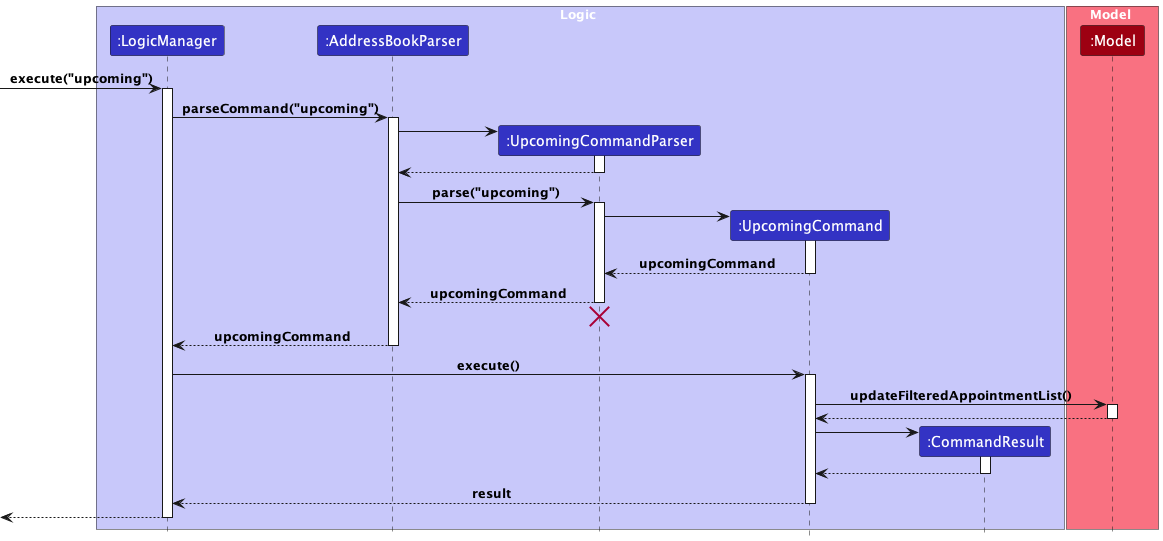
Earlier version of the PlantUML export docs/images/UpcomingCommandSequenceDiagram.png (nus-cs2103-AY2324S1/tp).
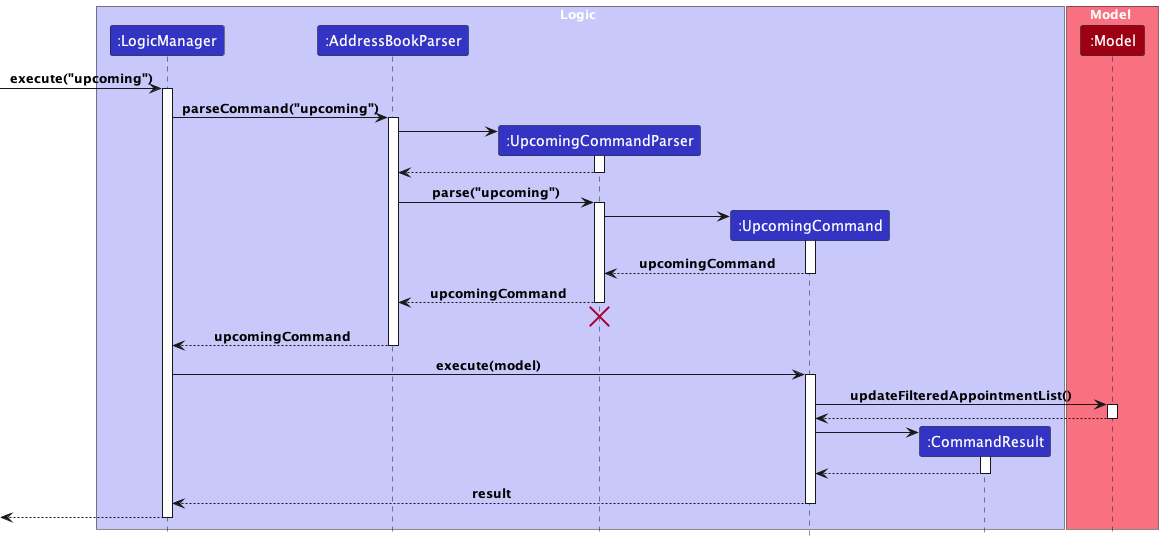
After the commit.

Diff of the diagram source:
```diff
@@ -45,7 +45,7 @@
 AddressBookParser --> LogicManager : upcomingCommand
 deactivate AddressBookParser
 
-LogicManager -> UpcomingCommand : execute()
+LogicManager -> UpcomingCommand : execute(model)
 activate UpcomingCommand
 
 UpcomingCommand -> Model : updateFilteredAppointmentList()
```
